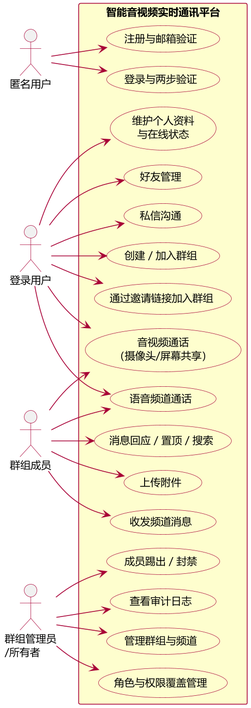
Earlier version of the PlantUML export docs/figures/fig3-1-usecase.png (Siegfried-Crowley/Chorus).
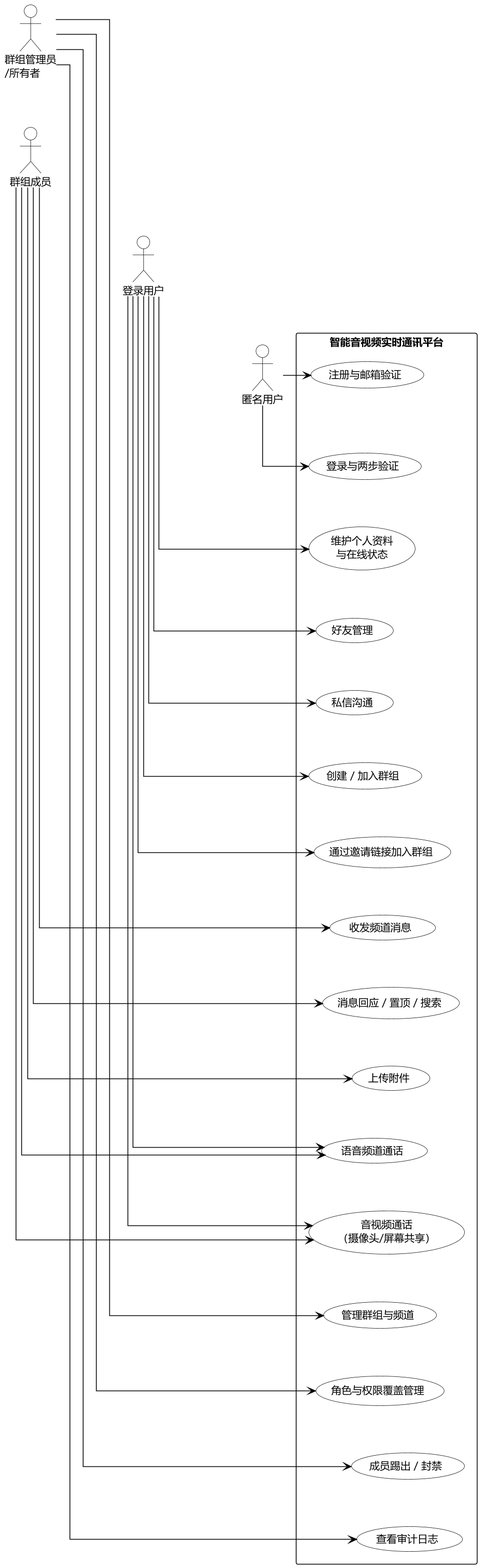
Later version of the same file.

The edit, as a diff of the source:
```diff
@@ -1,27 +1,29 @@
 @startuml fig3-1-usecase
-!pragma layout smetana
 skinparam backgroundColor #FFFFFF
+skinparam shadowing false
 skinparam defaultFontName "Microsoft YaHei"
 skinparam defaultFontSize 13
-skinparam shadowing false
 skinparam dpi 150
-skinparam ArrowColor #A80036
+skinparam defaultFontColor #000000
+skinparam ArrowColor #000000
+skinparam ArrowFontColor #000000
+skinparam linetype ortho
 skinparam usecase {
-  BackgroundColor #FEFECE
-  BorderColor #A80036
+  BackgroundColor #FFFFFF
+  BorderColor #000000
   FontColor #000000
-  ArrowColor #A80036
 }
 skinparam actor {
-  BorderColor #A80036
+  BackgroundColor #FFFFFF
+  BorderColor #000000
   FontColor #000000
 }
 skinparam rectangle {
-  BackgroundColor #FEFECE
-  BorderColor #A80036
+  BackgroundColor #FFFFFF
+  BorderColor #000000
+  FontColor #000000
 }
-
-left to right direction
+top to bottom direction
 
 actor "匿名用户" as anon
 actor "登录用户" as user
@@ -35,16 +37,16 @@
   usecase "好友管理" as UC4
   usecase "私信沟通" as UC5
   usecase "创建 / 加入群组" as UC6
+  usecase "通过邀请链接加入群组" as UC16
   usecase "收发频道消息" as UC7
   usecase "消息回应 / 置顶 / 搜索" as UC8
   usecase "上传附件" as UC9
   usecase "语音频道通话" as UC10
+  usecase "音视频通话\n（摄像头/屏幕共享）" as UC15
   usecase "管理群组与频道" as UC11
   usecase "角色与权限覆盖管理" as UC12
   usecase "成员踢出 / 封禁" as UC13
   usecase "查看审计日志" as UC14
-  usecase "音视频通话\n（摄像头/屏幕共享）" as UC15
-  usecase "通过邀请链接加入群组" as UC16
 }
 
 anon --> UC1
@@ -53,9 +55,9 @@
 user --> UC4
 user --> UC5
 user --> UC6
+user --> UC16
 user --> UC10
 user --> UC15
-user --> UC16
 member --> UC7
 member --> UC8
 member --> UC9
@@ -65,4 +67,23 @@
 admin --> UC12
 admin --> UC13
 admin --> UC14
+
+UC1 -[hidden]-> UC2
+UC2 -[hidden]-> UC3
+UC3 -[hidden]-> UC4
+UC4 -[hidden]-> UC5
+UC5 -[hidden]-> UC6
+UC6 -[hidden]-> UC16
+UC16 -[hidden]-> UC7
+UC7 -[hidden]-> UC8
+UC8 -[hidden]-> UC9
+UC9 -[hidden]-> UC10
+UC10 -[hidden]-> UC15
+UC15 -[hidden]-> UC11
+UC11 -[hidden]-> UC12
+UC12 -[hidden]-> UC13
+UC13 -[hidden]-> UC14
+admin -[hidden]-> member
+member -[hidden]-> user
+user -[hidden]-> anon
 @enduml
```
